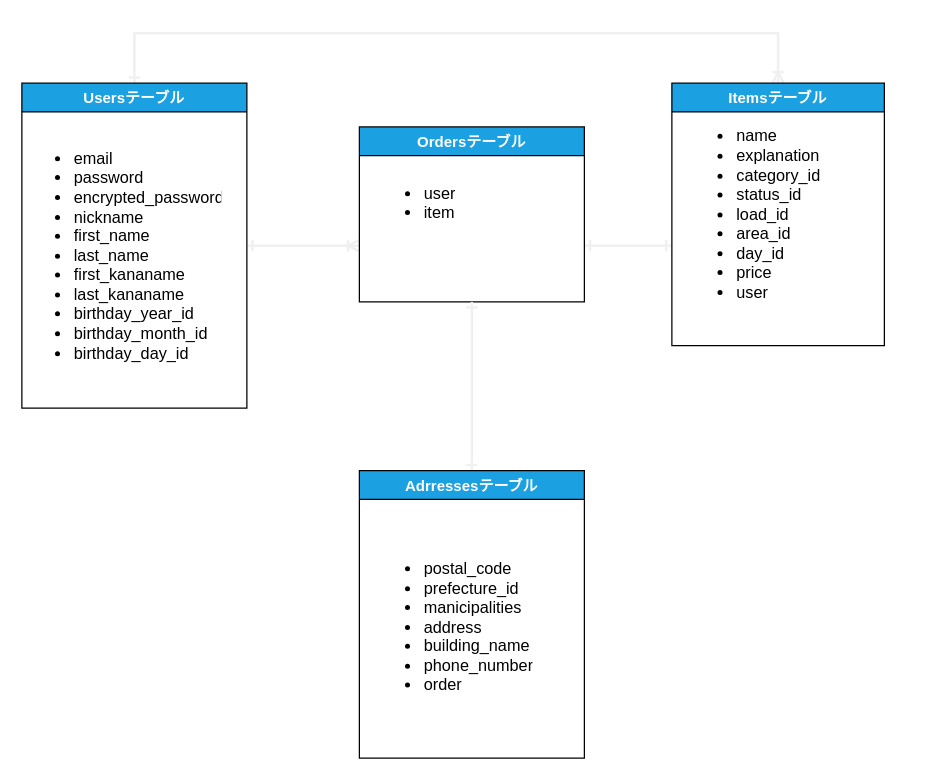
Before: test.dio in kouki610/furima-36559, a draw.io diagram. Source tidied: cells renumbered, new cells numbered last; positions are measured from the earlier drawing's top-left corner, leaving out a move shared by most shapes. Both pictures are drawn from the tidied source at 125%, with x=0, y=0 at pixel (21, 32).
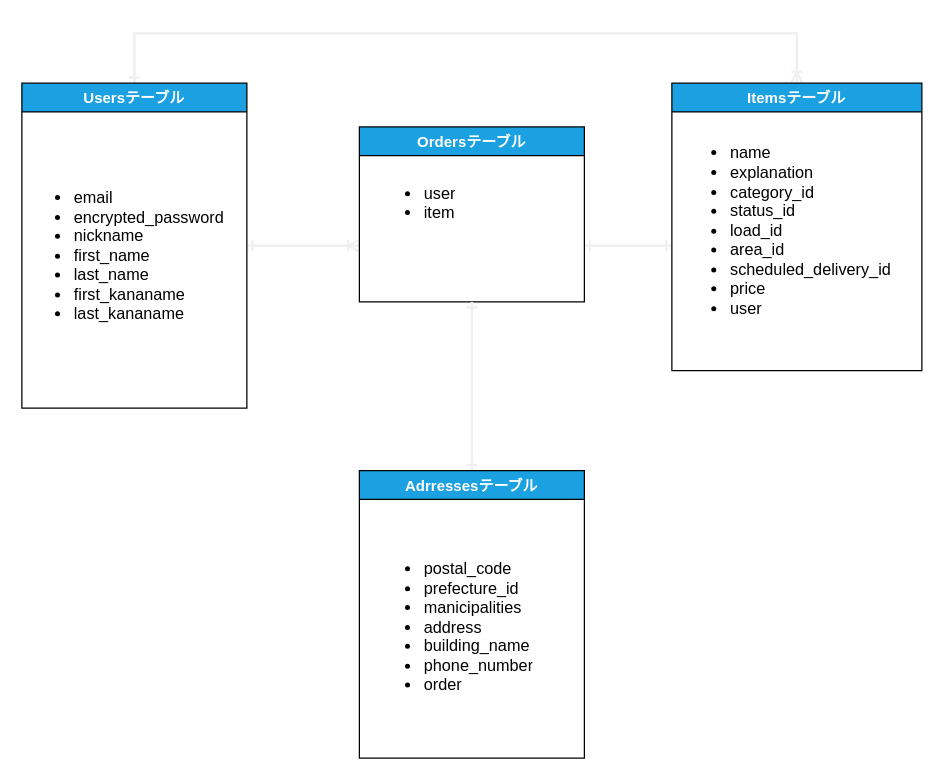
The same page after the edit.

Commit message (it also covers changes not shown here):
データベース設計修正

Change to the diagram source:
```diff
@@
 <mxGraphModel>
   <root>
     <mxCell id="0" />
     <mxCell id="1" parent="0" />
     <mxCell id="2" style="rounded=0;jettySize=auto;html=1;strokeColor=none;" parent="1" edge="1" source="5">
       <mxGeometry relative="1" as="geometry">
         <mxPoint x="330" y="170" as="targetPoint" />
       </mxGeometry>
     </mxCell>
     <mxCell id="3" style="edgeStyle=elbowEdgeStyle;rounded=0;jettySize=auto;html=1;endArrow=ERoneToMany;endFill=0;targetPerimeterSpacing=0;strokeColor=#f0f0f0;strokeWidth=2;startArrow=ERone;startFill=0;" parent="1" edge="1" source="5">
       <mxGeometry relative="1" as="geometry">
         <mxPoint x="270" y="170" as="targetPoint" />
       </mxGeometry>
     </mxCell>
     <mxCell id="4" style="edgeStyle=elbowEdgeStyle;rounded=0;jettySize=auto;html=1;entryX=0.5;entryY=0;entryDx=0;entryDy=0;fontSize=13;startArrow=ERone;startFill=0;endArrow=ERoneToMany;endFill=0;targetPerimeterSpacing=0;strokeColor=#f0f0f0;strokeWidth=2;" parent="1" edge="1" source="5" target="8">
       <mxGeometry relative="1" as="geometry">
         <Array as="points">
           <mxPoint x="360" />
         </Array>
       </mxGeometry>
     </mxCell>
     <mxCell id="5" value="Usersテーブル" style="swimlane;fillColor=#1ba1e2;fontColor=#ffffff;" parent="1" vertex="1">
       <mxGeometry y="40" width="180" height="260" as="geometry" />
     </mxCell>
-    <mxCell id="6" value="&lt;ul style=&quot;font-size: 13px;&quot;&gt;&lt;li style=&quot;font-size: 13px;&quot;&gt;email&lt;/li&gt;&lt;li style=&quot;font-size: 13px;&quot;&gt;password&lt;/li&gt;&lt;li style=&quot;font-size: 13px;&quot;&gt;encrypted_password&lt;/li&gt;&lt;li style=&quot;font-size: 13px;&quot;&gt;nickname&lt;/li&gt;&lt;li style=&quot;font-size: 13px;&quot;&gt;first_name&lt;/li&gt;&lt;li style=&quot;font-size: 13px;&quot;&gt;last_name&lt;/li&gt;&lt;li style=&quot;font-size: 13px;&quot;&gt;first_kananame&lt;/li&gt;&lt;li style=&quot;font-size: 13px;&quot;&gt;last_kananame&lt;/li&gt;&lt;li style=&quot;font-size: 13px;&quot;&gt;birthday_year_id&lt;/li&gt;&lt;li style=&quot;font-size: 13px;&quot;&gt;birthday_month_id&lt;/li&gt;&lt;li style=&quot;font-size: 13px;&quot;&gt;birthday_day_id&lt;/li&gt;&lt;/ul&gt;" style="text;strokeColor=none;fillColor=none;html=1;whiteSpace=wrap;verticalAlign=middle;overflow=hidden;fontSize=13;" parent="5" vertex="1">
-      <mxGeometry y="15" width="160" height="245" as="geometry" />
+    <mxCell id="6" value="&lt;ul style=&quot;font-size: 13px&quot;&gt;&lt;li style=&quot;font-size: 13px&quot;&gt;email&lt;/li&gt;&lt;li style=&quot;font-size: 13px&quot;&gt;encrypted_password&lt;/li&gt;&lt;li style=&quot;font-size: 13px&quot;&gt;nickname&lt;/li&gt;&lt;li style=&quot;font-size: 13px&quot;&gt;first_name&lt;/li&gt;&lt;li style=&quot;font-size: 13px&quot;&gt;last_name&lt;/li&gt;&lt;li style=&quot;font-size: 13px&quot;&gt;first_kananame&lt;/li&gt;&lt;li style=&quot;font-size: 13px&quot;&gt;last_kananame&lt;/li&gt;&lt;/ul&gt;" style="text;strokeColor=none;fillColor=none;html=1;whiteSpace=wrap;verticalAlign=middle;overflow=hidden;fontSize=13;" parent="5" vertex="1">
+      <mxGeometry y="15" width="170" height="245" as="geometry" />
     </mxCell>
     <mxCell id="7" style="edgeStyle=elbowEdgeStyle;rounded=0;orthogonalLoop=1;jettySize=auto;html=1;endArrow=ERone;endFill=0;targetPerimeterSpacing=0;strokeColor=#f0f0f0;strokeWidth=2;startArrow=ERone;startFill=0;" parent="1" edge="1">
       <mxGeometry relative="1" as="geometry">
         <mxPoint x="520" y="170" as="sourcePoint" />
         <mxPoint x="450" y="170" as="targetPoint" />
         <Array as="points">
           <mxPoint x="490" y="170" />
         </Array>
       </mxGeometry>
     </mxCell>
     <mxCell id="8" value="Itemsテーブル" style="swimlane;fillColor=#1ba1e2;fontColor=#ffffff;" parent="1" vertex="1">
-      <mxGeometry x="520" y="40" width="170" height="210" as="geometry" />
+      <mxGeometry x="520" y="40" width="200" height="230" as="geometry" />
     </mxCell>
-    <mxCell id="9" value="&lt;ul style=&quot;font-size: 13px;&quot;&gt;&lt;li style=&quot;font-size: 13px;&quot;&gt;name&lt;/li&gt;&lt;li style=&quot;font-size: 13px;&quot;&gt;explanation&lt;/li&gt;&lt;li style=&quot;font-size: 13px;&quot;&gt;category_id&lt;/li&gt;&lt;li style=&quot;font-size: 13px;&quot;&gt;status_id&lt;/li&gt;&lt;li style=&quot;font-size: 13px;&quot;&gt;load_id&lt;/li&gt;&lt;li style=&quot;font-size: 13px;&quot;&gt;area_id&lt;/li&gt;&lt;li style=&quot;font-size: 13px;&quot;&gt;day_id&lt;/li&gt;&lt;li style=&quot;font-size: 13px;&quot;&gt;price&lt;/li&gt;&lt;li style=&quot;font-size: 13px;&quot;&gt;user&lt;/li&gt;&lt;/ul&gt;" style="text;strokeColor=none;fillColor=none;html=1;whiteSpace=wrap;verticalAlign=middle;overflow=hidden;fontSize=13;" parent="8" vertex="1">
-      <mxGeometry x="10" y="15" width="160" height="180" as="geometry" />
+    <mxCell id="9" value="&lt;ul style=&quot;font-size: 13px&quot;&gt;&lt;li style=&quot;font-size: 13px&quot;&gt;name&lt;/li&gt;&lt;li style=&quot;font-size: 13px&quot;&gt;explanation&lt;/li&gt;&lt;li style=&quot;font-size: 13px&quot;&gt;category_id&lt;/li&gt;&lt;li style=&quot;font-size: 13px&quot;&gt;status_id&lt;/li&gt;&lt;li style=&quot;font-size: 13px&quot;&gt;load_id&lt;/li&gt;&lt;li style=&quot;font-size: 13px&quot;&gt;area_id&lt;/li&gt;&lt;li style=&quot;font-size: 13px&quot;&gt;scheduled_delivery_id&lt;/li&gt;&lt;li style=&quot;font-size: 13px&quot;&gt;price&lt;/li&gt;&lt;li style=&quot;font-size: 13px&quot;&gt;user&lt;/li&gt;&lt;/ul&gt;" style="text;strokeColor=none;fillColor=none;html=1;whiteSpace=wrap;verticalAlign=middle;overflow=hidden;fontSize=13;" parent="8" vertex="1">
+      <mxGeometry x="5" y="15" width="190" height="205" as="geometry" />
     </mxCell>
     <mxCell id="10" value="Ordersテーブル" style="swimlane;fillColor=#1ba1e2;fontColor=#ffffff;" parent="1" vertex="1">
       <mxGeometry x="270" y="75" width="180" height="140" as="geometry" />
     </mxCell>
     <mxCell id="11" value="&lt;ul style=&quot;font-size: 13px;&quot;&gt;&lt;li style=&quot;font-size: 13px;&quot;&gt;user&lt;/li&gt;&lt;li style=&quot;font-size: 13px;&quot;&gt;item&lt;/li&gt;&lt;/ul&gt;" style="text;strokeColor=none;fillColor=none;html=1;whiteSpace=wrap;verticalAlign=middle;overflow=hidden;fontSize=13;" parent="10" vertex="1">
       <mxGeometry x="10" y="30" width="96" height="60" as="geometry" />
     </mxCell>
     <mxCell id="12" style="edgeStyle=elbowEdgeStyle;rounded=0;jettySize=auto;html=1;entryX=0.5;entryY=1;entryDx=0;entryDy=0;fontSize=13;startArrow=ERone;startFill=0;endArrow=ERone;endFill=0;targetPerimeterSpacing=0;strokeColor=#f0f0f0;strokeWidth=2;" parent="1" edge="1" source="13" target="10">
       <mxGeometry relative="1" as="geometry" />
     </mxCell>
     <mxCell id="13" value="Adrressesテーブル" style="swimlane;fillColor=#1ba1e2;fontColor=#ffffff;" parent="1" vertex="1">
       <mxGeometry x="270" y="350" width="180" height="230" as="geometry" />
     </mxCell>
     <mxCell id="14" value="&lt;ul style=&quot;font-size: 13px;&quot;&gt;&lt;li style=&quot;font-size: 13px;&quot;&gt;postal_code&lt;/li&gt;&lt;li style=&quot;font-size: 13px;&quot;&gt;prefecture_id&lt;/li&gt;&lt;li style=&quot;font-size: 13px;&quot;&gt;manicipalities&lt;/li&gt;&lt;li style=&quot;font-size: 13px;&quot;&gt;address&lt;/li&gt;&lt;li style=&quot;font-size: 13px;&quot;&gt;building_name&lt;/li&gt;&lt;li style=&quot;font-size: 13px;&quot;&gt;phone_number&lt;/li&gt;&lt;li style=&quot;font-size: 13px;&quot;&gt;order&lt;/li&gt;&lt;/ul&gt;" style="text;strokeColor=none;fillColor=none;html=1;whiteSpace=wrap;verticalAlign=middle;overflow=hidden;fontSize=13;" parent="13" vertex="1">
       <mxGeometry x="10" y="30" width="160" height="190" as="geometry" />
     </mxCell>
   </root>
 </mxGraphModel>
```
